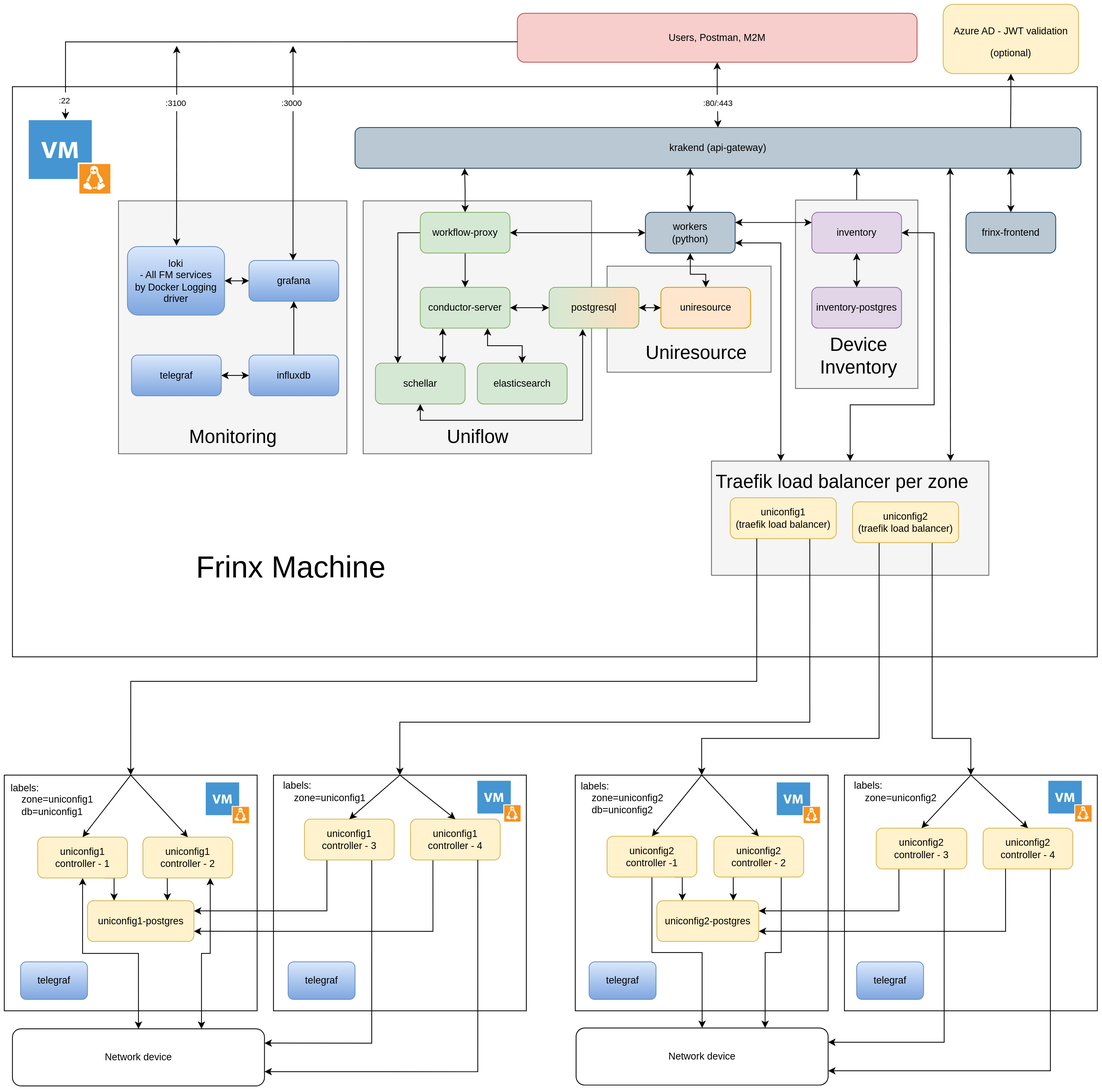
Earlier version of the draw.io export docs/assets/fm_architecture_multinode.svg (FRINXio/FRINX-machine). Source tidied: cells renumbered, new cells last; positions are measured from the earlier drawing's top-left corner, leaving out a move shared by most shapes.
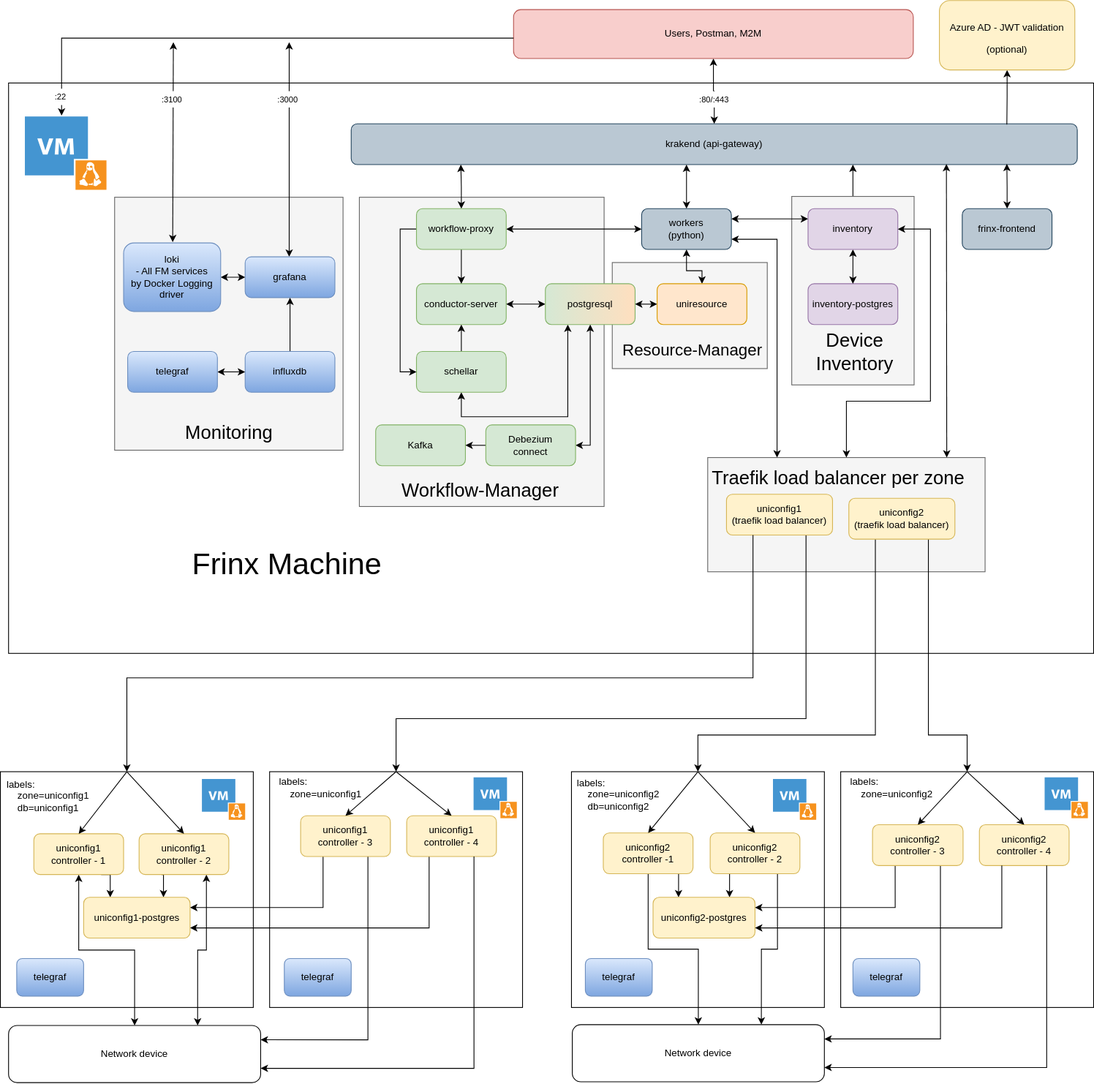
Later version of the same file.

Change to the diagram source:
```diff
@@ -9,10 +9,10 @@
       <mxGeometry x="867" y="560" width="340" height="140" as="geometry" />
     </mxCell>
     <mxCell id="4" style="rounded=0;whiteSpace=wrap;html=1;fillColor=#f5f5f5;fontColor=#333333;strokeColor=#666666;" parent="1" vertex="1">
-      <mxGeometry x="739" y="321" width="201" height="130" as="geometry" />
+      <mxGeometry x="750" y="321" width="190" height="130" as="geometry" />
     </mxCell>
     <mxCell id="5" style="rounded=0;whiteSpace=wrap;html=1;fillColor=#f5f5f5;fontColor=#333333;strokeColor=#666666;" parent="1" vertex="1">
-      <mxGeometry x="440" y="241" width="280" height="310" as="geometry" />
+      <mxGeometry x="440" y="241" width="300" height="379" as="geometry" />
     </mxCell>
     <mxCell id="6" style="rounded=0;whiteSpace=wrap;html=1;fillColor=#f5f5f5;fontColor=#333333;strokeColor=#666666;" parent="1" vertex="1">
       <mxGeometry x="140" y="241" width="280" height="310" as="geometry" />
@@ -20,12 +20,6 @@
     <mxCell id="7" value="&lt;div align=&quot;center&quot;&gt;krakend (api-gateway)&lt;/div&gt;" style="rounded=1;whiteSpace=wrap;html=1;align=center;fillColor=#bac8d3;strokeColor=#23445d;" parent="1" vertex="1">
       <mxGeometry x="430" y="151" width="890" height="50" as="geometry" />
     </mxCell>
-    <mxCell id="8" style="edgeStyle=orthogonalEdgeStyle;rounded=0;jettySize=auto;html=1;exitX=0.25;exitY=1;exitDx=0;exitDy=0;entryX=0.75;entryY=0;entryDx=0;entryDy=0;startArrow=classic;startFill=1;" parent="1" edge="1" source="10" target="16">
-      <mxGeometry relative="1" as="geometry" />
-    </mxCell>
-    <mxCell id="9" style="edgeStyle=orthogonalEdgeStyle;rounded=0;jettySize=auto;html=1;exitX=0.75;exitY=1;exitDx=0;exitDy=0;startArrow=classic;startFill=1;" parent="1" edge="1" source="10" target="14">
-      <mxGeometry relative="1" as="geometry" />
-    </mxCell>
     <mxCell id="10" value="&lt;div&gt;conductor-server&lt;/div&gt;" style="rounded=1;whiteSpace=wrap;html=1;strokeColor=#82b366;fillColor=#d5e8d4;" parent="1" vertex="1">
       <mxGeometry x="510" y="347" width="110" height="50" as="geometry" />
     </mxCell>
@@ -40,10 +34,7 @@
     <mxCell id="13" value="&lt;div&gt;&lt;span&gt;workers&lt;/span&gt;&lt;br&gt;&lt;/div&gt;&lt;div&gt;(python)&lt;/div&gt;" style="rounded=1;whiteSpace=wrap;html=1;strokeColor=#23445d;fillColor=#bac8d3;" parent="1" vertex="1">
       <mxGeometry x="786" y="255" width="110" height="50" as="geometry" />
     </mxCell>
-    <mxCell id="14" value="elasticsearch" style="rounded=1;whiteSpace=wrap;html=1;strokeColor=#82b366;fillColor=#d5e8d4;" parent="1" vertex="1">
-      <mxGeometry x="580" y="440" width="110" height="50" as="geometry" />
-    </mxCell>
-    <mxCell id="15" style="edgeStyle=elbowEdgeStyle;rounded=0;jettySize=auto;html=1;exitX=0.5;exitY=1;exitDx=0;exitDy=0;startArrow=classic;startFill=1;endArrow=classic;endFill=1;strokeColor=default;entryX=0.373;entryY=1.02;entryDx=0;entryDy=0;entryPerimeter=0;" parent="1" edge="1" source="16" target="34">
+    <mxCell id="15" style="edgeStyle=elbowEdgeStyle;rounded=0;jettySize=auto;html=1;exitX=0.5;exitY=1;exitDx=0;exitDy=0;startArrow=classic;startFill=1;endArrow=classic;endFill=1;strokeColor=default;entryX=0.25;entryY=1;entryDx=0;entryDy=0;" parent="1" edge="1" source="16" target="34">
       <mxGeometry relative="1" as="geometry">
         <Array as="points">
           <mxPoint x="530" y="510" />
@@ -52,8 +43,11 @@
         </Array>
       </mxGeometry>
     </mxCell>
+    <mxCell id="131" style="edgeStyle=orthogonalEdgeStyle;rounded=0;jettySize=auto;html=1;exitX=0.5;exitY=0;exitDx=0;exitDy=0;entryX=0.5;entryY=1;entryDx=0;entryDy=0;" parent="1" edge="1" source="16" target="10">
+      <mxGeometry relative="1" as="geometry" />
+    </mxCell>
     <mxCell id="16" value="&lt;div&gt;schellar&lt;/div&gt;" style="rounded=1;whiteSpace=wrap;html=1;strokeColor=#82b366;fillColor=#d5e8d4;" parent="1" vertex="1">
-      <mxGeometry x="455" y="440" width="110" height="50" as="geometry" />
+      <mxGeometry x="510" y="430" width="110" height="50" as="geometry" />
     </mxCell>
     <mxCell id="17" style="edgeStyle=orthogonalEdgeStyle;rounded=0;jettySize=auto;html=1;startArrow=classic;startFill=1;" parent="1" edge="1" source="18" target="7">
       <mxGeometry relative="1" as="geometry" />
@@ -70,7 +64,7 @@
     <mxCell id="21" style="edgeStyle=orthogonalEdgeStyle;rounded=0;jettySize=auto;html=1;exitX=0.5;exitY=0;exitDx=0;exitDy=0;entryX=0.151;entryY=1;entryDx=0;entryDy=0;entryPerimeter=0;startArrow=classic;startFill=1;" parent="1" edge="1" source="23" target="7">
       <mxGeometry relative="1" as="geometry" />
     </mxCell>
-    <mxCell id="22" style="edgeStyle=orthogonalEdgeStyle;rounded=0;jettySize=auto;html=1;exitX=0;exitY=0.5;exitDx=0;exitDy=0;entryX=0.25;entryY=0;entryDx=0;entryDy=0;" parent="1" edge="1" source="23" target="16">
+    <mxCell id="22" style="edgeStyle=orthogonalEdgeStyle;rounded=0;jettySize=auto;html=1;exitX=0;exitY=0.5;exitDx=0;exitDy=0;entryX=0;entryY=0.5;entryDx=0;entryDy=0;" parent="1" edge="1" source="23" target="16">
       <mxGeometry relative="1" as="geometry" />
     </mxCell>
     <mxCell id="23" value="&lt;div&gt;workflow-proxy&lt;/div&gt;" style="rounded=1;whiteSpace=wrap;html=1;strokeColor=#82b366;fillColor=#d5e8d4;" parent="1" vertex="1">
@@ -169,8 +163,8 @@
         <mxPoint x="212" y="51" as="targetPoint" />
       </mxGeometry>
     </mxCell>
-    <mxCell id="47" value="&lt;font style=&quot;font-size: 23px&quot;&gt;Uniflow&lt;/font&gt;" style="text;html=1;align=center;verticalAlign=middle;fillColor=none;strokeColor=none;rounded=0;" parent="1" vertex="1">
-      <mxGeometry x="535" y="520" width="90" height="20" as="geometry" />
+    <mxCell id="47" value="&lt;font style=&quot;font-size: 23px&quot;&gt;Workflow-Manager&lt;/font&gt;" style="text;html=1;align=center;verticalAlign=middle;fillColor=none;strokeColor=none;rounded=0;" parent="1" vertex="1">
+      <mxGeometry x="478" y="580" width="220" height="40" as="geometry" />
     </mxCell>
     <mxCell id="48" value=":80/:443" style="text;html=1;strokeColor=none;fillColor=default;align=left;verticalAlign=middle;whiteSpace=wrap;rounded=0;fontSize=10;gradientColor=none;" parent="1" vertex="1">
       <mxGeometry x="855" y="111" width="40" height="20" as="geometry" />
@@ -178,8 +172,8 @@
     <mxCell id="49" value="&lt;font style=&quot;font-size: 37px&quot;&gt;Frinx Machine&lt;/font&gt;" style="text;html=1;align=center;verticalAlign=middle;fillColor=none;strokeColor=none;rounded=0;fontSize=23;" parent="1" vertex="1">
       <mxGeometry x="221" y="661" width="260" height="60" as="geometry" />
     </mxCell>
-    <mxCell id="50" value="&lt;font style=&quot;font-size: 23px&quot;&gt;Uniresource&lt;/font&gt;" style="text;html=1;align=center;verticalAlign=middle;fillColor=none;strokeColor=none;rounded=0;" parent="1" vertex="1">
-      <mxGeometry x="778" y="417" width="140" height="20" as="geometry" />
+    <mxCell id="50" value="&lt;font style=&quot;font-size: 20px;&quot;&gt;Resource-Manager&lt;/font&gt;" style="text;html=1;align=center;verticalAlign=middle;fillColor=none;strokeColor=none;rounded=0;" parent="1" vertex="1">
+      <mxGeometry x="753" y="407" width="190" height="40" as="geometry" />
     </mxCell>
     <mxCell id="51" value="inventory" style="rounded=1;whiteSpace=wrap;html=1;strokeColor=#9673a6;fillColor=#e1d5e7;" parent="1" vertex="1">
       <mxGeometry x="1032" y="260" width="110" height="50" as="geometry" />
@@ -449,5 +443,21 @@
         <mxPoint x="1159.6" y="200.3" as="targetPoint" />
       </mxGeometry>
     </mxCell>
+    <mxCell id="132" value="&lt;div&gt;Kafka&lt;/div&gt;" style="rounded=1;whiteSpace=wrap;html=1;strokeColor=#82b366;fillColor=#d5e8d4;" parent="1" vertex="1">
+      <mxGeometry x="460" y="520" width="110" height="50" as="geometry" />
+    </mxCell>
+    <mxCell id="133" style="edgeStyle=orthogonalEdgeStyle;rounded=0;jettySize=auto;html=1;exitX=0;exitY=0.5;exitDx=0;exitDy=0;entryX=1;entryY=0.5;entryDx=0;entryDy=0;" parent="1" edge="1" source="135" target="132">
+      <mxGeometry relative="1" as="geometry" />
+    </mxCell>
+    <mxCell id="134" style="edgeStyle=orthogonalEdgeStyle;rounded=0;jettySize=auto;html=1;exitX=1;exitY=0.5;exitDx=0;exitDy=0;entryX=0.5;entryY=1;entryDx=0;entryDy=0;startArrow=classic;startFill=1;" parent="1" edge="1" source="135" target="34">
+      <mxGeometry relative="1" as="geometry">
+        <Array as="points">
+          <mxPoint x="723" y="545" />
+        </Array>
+      </mxGeometry>
+    </mxCell>
+    <mxCell id="135" value="&lt;div&gt;Debezium&lt;br&gt;connect&lt;/div&gt;" style="rounded=1;whiteSpace=wrap;html=1;strokeColor=#82b366;fillColor=#d5e8d4;" parent="1" vertex="1">
+      <mxGeometry x="595" y="520" width="110" height="50" as="geometry" />
+    </mxCell>
   </root>
 </mxGraphModel>
```
